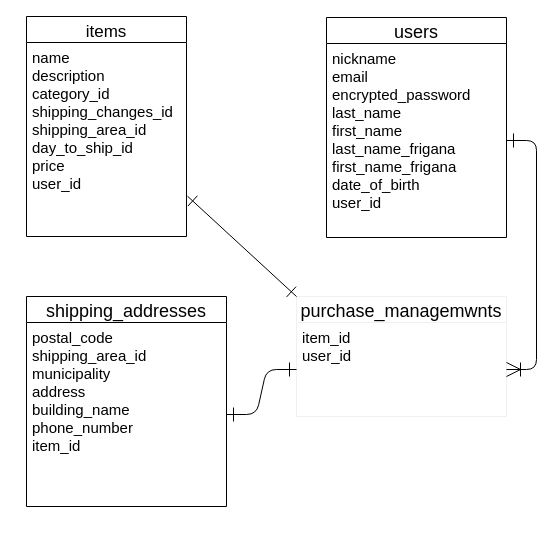
This is test.dio from kazupin0930/furima-34016, a draw.io file, before an edit. Source tidied: cells renumbered, new cells numbered last; positions are measured from the earlier drawing's top-left corner, leaving out a move shared by most shapes. Both pictures are drawn from the tidied source at 100%, with x=0, y=0 at pixel (26, 16).
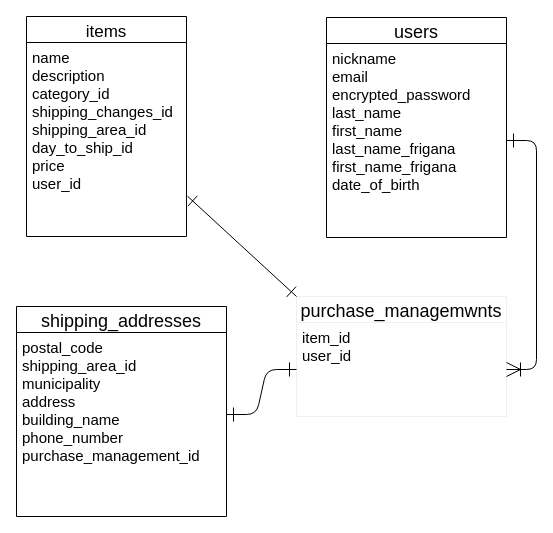
The same diagram, later.

The edit, as a diff of the source:
```diff
@@
 <mxGraphModel>
   <root>
     <mxCell id="0" />
     <mxCell id="1" parent="0" />
     <mxCell id="2" style="edgeStyle=orthogonalEdgeStyle;orthogonalLoop=1;jettySize=auto;html=1;exitX=0.5;exitY=1;exitDx=0;exitDy=0;" parent="1" edge="1">
       <mxGeometry relative="1" as="geometry">
         <mxPoint x="910" y="460" as="sourcePoint" />
         <mxPoint x="910" y="460" as="targetPoint" />
       </mxGeometry>
     </mxCell>
     <mxCell id="3" value="purchase_managemwnts" style="swimlane;fontStyle=0;horizontal=1;startSize=26;align=center;fontSize=18;strokeColor=#F0F0F0;" parent="1" vertex="1">
       <mxGeometry x="270" y="280" width="210" height="120" as="geometry" />
     </mxCell>
     <mxCell id="4" value="item_id&#10;user_id" style="text;strokeColor=none;fillColor=none;spacingLeft=4;spacingRight=4;overflow=hidden;points=[[0,0.5],[1,0.5]];portConstraint=eastwest;fontSize=15;" parent="3" vertex="1">
       <mxGeometry y="26" width="210" height="94" as="geometry" />
     </mxCell>
     <mxCell id="5" value="users" style="swimlane;fontStyle=0;horizontal=1;startSize=26;align=center;fontSize=18;" parent="1" vertex="1">
       <mxGeometry x="300" y="1" width="180" height="220" as="geometry" />
     </mxCell>
-    <mxCell id="6" value="nickname&#10;email&#10;encrypted_password&#10;last_name&#10;first_name&#10;last_name_frigana&#10;first_name_frigana&#10;date_of_birth&#10;user_id" style="text;strokeColor=none;fillColor=none;spacingLeft=4;spacingRight=4;overflow=hidden;points=[[0,0.5],[1,0.5]];portConstraint=eastwest;fontSize=15;" parent="5" vertex="1">
+    <mxCell id="6" value="nickname&#10;email&#10;encrypted_password&#10;last_name&#10;first_name&#10;last_name_frigana&#10;first_name_frigana&#10;date_of_birth" style="text;strokeColor=none;fillColor=none;spacingLeft=4;spacingRight=4;overflow=hidden;points=[[0,0.5],[1,0.5]];portConstraint=eastwest;fontSize=15;" parent="5" vertex="1">
       <mxGeometry y="26" width="180" height="194" as="geometry" />
     </mxCell>
-    <mxCell id="7" value="shipping_addresses" style="swimlane;fontStyle=0;horizontal=1;startSize=26;align=center;fontSize=18;" parent="1" vertex="1">
-      <mxGeometry y="280" width="200" height="210" as="geometry" />
-    </mxCell>
-    <mxCell id="8" value="postal_code&#10;shipping_area_id&#10;municipality&#10;address&#10;building_name&#10;phone_number&#10;item_id" style="text;strokeColor=none;fillColor=none;spacingLeft=4;spacingRight=4;overflow=hidden;points=[[0,0.5],[1,0.5]];portConstraint=eastwest;fontSize=15;" parent="7" vertex="1">
-      <mxGeometry y="26" width="200" height="184" as="geometry" />
-    </mxCell>
     <mxCell id="9" style="edgeStyle=entityRelationEdgeStyle;fontSize=12;html=1;endArrow=ERone;startArrow=ERoneToMany;strokeWidth=1;endSize=12;startSize=12;entryX=1;entryY=0.5;entryDx=0;entryDy=0;exitX=1;exitY=0.5;exitDx=0;exitDy=0;startFill=0;endFill=0;" parent="1" edge="1" source="4" target="6">
       <mxGeometry relative="1" as="geometry" />
     </mxCell>
     <mxCell id="10" style="fontSize=12;html=1;endArrow=ERone;startArrow=ERone;strokeWidth=1;entryX=0;entryY=0;entryDx=0;entryDy=0;exitX=1.006;exitY=0.808;exitDx=0;exitDy=0;exitPerimeter=0;endSize=12;startSize=12;startFill=0;endFill=0;" parent="1" edge="1" target="3">
       <mxGeometry relative="1" as="geometry">
         <mxPoint x="161" y="179.7" as="sourcePoint" />
       </mxGeometry>
     </mxCell>
-    <mxCell id="11" style="edgeStyle=entityRelationEdgeStyle;fontSize=12;html=1;endArrow=ERone;startArrow=ERone;strokeWidth=1;entryX=0;entryY=0.5;entryDx=0;entryDy=0;exitX=1;exitY=0.5;exitDx=0;exitDy=0;endSize=12;startSize=12;startFill=0;endFill=0;" parent="1" edge="1" source="8" target="4">
-      <mxGeometry relative="1" as="geometry" />
+    <mxCell id="11" style="edgeStyle=entityRelationEdgeStyle;fontSize=12;html=1;endArrow=ERone;startArrow=ERone;strokeWidth=1;entryX=0;entryY=0.5;entryDx=0;entryDy=0;exitX=1;exitY=0.5;exitDx=0;exitDy=0;endSize=12;startSize=12;startFill=0;endFill=0;" parent="1" edge="1" target="4">
+      <mxGeometry relative="1" as="geometry">
+        <mxPoint x="200" y="398" as="sourcePoint" />
+      </mxGeometry>
     </mxCell>
     <mxCell id="12" value="items" style="swimlane;fontStyle=0;horizontal=1;startSize=26;align=center;fontSize=17;" parent="1" vertex="1">
       <mxGeometry width="160" height="220" as="geometry" />
     </mxCell>
     <mxCell id="13" value="name&#10;description&#10;category_id&#10;shipping_changes_id&#10;shipping_area_id&#10;day_to_ship_id&#10;price&#10;user_id" style="text;strokeColor=none;fillColor=none;spacingLeft=4;spacingRight=4;overflow=hidden;fontSize=15;verticalAlign=top;" parent="12" vertex="1">
       <mxGeometry y="26" width="160" height="194" as="geometry" />
     </mxCell>
+    <mxCell id="7" value="shipping_addresses" style="swimlane;fontStyle=0;horizontal=1;startSize=26;align=center;fontSize=18;" parent="1" vertex="1">
+      <mxGeometry x="-10" y="290" width="210" height="210" as="geometry" />
+    </mxCell>
+    <mxCell id="14" value="postal_code&#10;shipping_area_id&#10;municipality&#10;address&#10;building_name&#10;phone_number&#10;purchase_management_id" style="text;strokeColor=none;fillColor=none;spacingLeft=4;spacingRight=4;overflow=hidden;fontSize=15;" parent="7" vertex="1">
+      <mxGeometry y="26" width="210" height="184" as="geometry" />
+    </mxCell>
   </root>
 </mxGraphModel>
```
